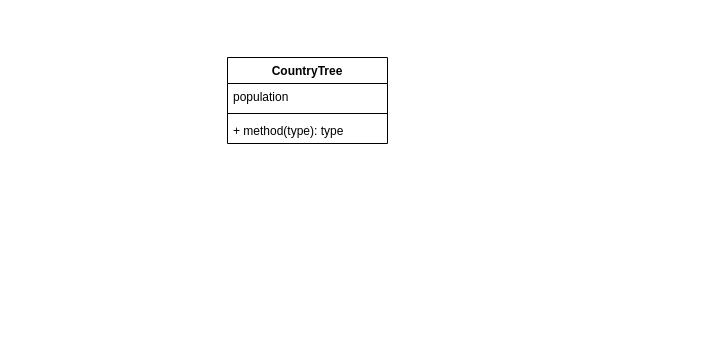
Earlier version of the draw.io diagram final_project_diagram.drawio (atroy01/MSOE_Final_Project). Source tidied: cells renumbered, new cells numbered last; positions are measured from the earlier drawing's top-left corner, leaving out a move shared by most shapes. Both pictures are drawn from the tidied source at 100%, with x=0, y=0 at pixel (227, 57).
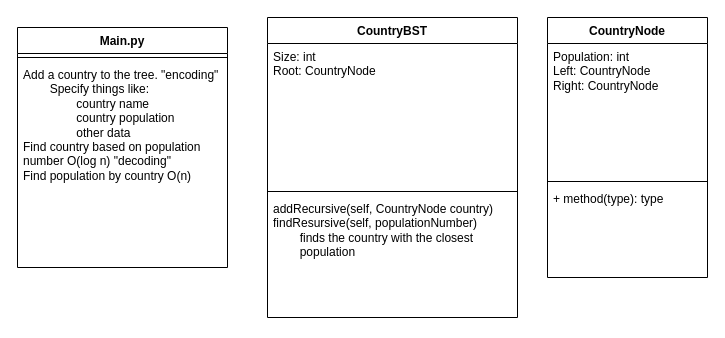
After the change.

Commit message:
updated diagram with countrybst, countrynode, and main

Diff of the diagram source:
```diff
@@
 <mxGraphModel>
   <root>
     <mxCell id="0" />
     <mxCell id="1" parent="0" />
-    <mxCell id="2" value="CountryTree" style="swimlane;fontStyle=1;align=center;verticalAlign=top;horizontal=1;startSize=26;whiteSpace=wrap;html=1;" parent="1" vertex="1">
-      <mxGeometry width="160" height="86" as="geometry" />
-    </mxCell>
-    <mxCell id="3" value="population" style="text;strokeColor=none;fillColor=none;align=left;verticalAlign=top;spacingLeft=4;spacingRight=4;overflow=hidden;whiteSpace=wrap;html=1;" parent="2" vertex="1">
-      <mxGeometry y="26" width="160" height="26" as="geometry" />
-    </mxCell>
-    <mxCell id="4" style="line;strokeWidth=1;fillColor=none;align=left;verticalAlign=middle;spacingTop=-1;spacingLeft=3;spacingRight=3;labelPosition=right;strokeColor=inherit;" parent="2" vertex="1">
-      <mxGeometry y="52" width="160" height="8" as="geometry" />
-    </mxCell>
+    <mxCell id="6" value="CountryBST" style="swimlane;fontStyle=1;align=center;verticalAlign=top;horizontal=1;startSize=26;whiteSpace=wrap;html=1;" parent="1" vertex="1">
+      <mxGeometry x="40" y="-40" width="250" height="300" as="geometry" />
+    </mxCell>
+    <mxCell id="7" value="Size: int&lt;br&gt;Root: CountryNode" style="text;strokeColor=none;fillColor=none;align=left;verticalAlign=top;spacingLeft=4;spacingRight=4;overflow=hidden;whiteSpace=wrap;html=1;" parent="6" vertex="1">
+      <mxGeometry y="26" width="250" height="144" as="geometry" />
+    </mxCell>
+    <mxCell id="8" style="line;strokeWidth=1;fillColor=none;align=left;verticalAlign=middle;spacingTop=-1;spacingLeft=3;spacingRight=3;labelPosition=right;strokeColor=inherit;" parent="6" vertex="1">
+      <mxGeometry y="170" width="250" height="8" as="geometry" />
+    </mxCell>
+    <mxCell id="9" value="addRecursive(self, CountryNode country)&lt;br&gt;findResursive(self, populationNumber)&lt;br&gt;&lt;span style=&quot;white-space: pre;&quot;&gt;&#9;&lt;/span&gt;finds the country with the closest &lt;span style=&quot;white-space: pre;&quot;&gt;&#9;&lt;/span&gt;population&lt;br&gt;" style="text;strokeColor=none;fillColor=none;align=left;verticalAlign=top;spacingLeft=4;spacingRight=4;overflow=hidden;whiteSpace=wrap;html=1;" parent="6" vertex="1">
+      <mxGeometry y="178" width="250" height="122" as="geometry" />
+    </mxCell>
+    <mxCell id="10" value="CountryNode" style="swimlane;fontStyle=1;align=center;verticalAlign=top;horizontal=1;startSize=26;whiteSpace=wrap;html=1;" parent="1" vertex="1">
+      <mxGeometry x="320" y="-40" width="160" height="260" as="geometry" />
+    </mxCell>
+    <mxCell id="11" value="Population: int&lt;br&gt;Left: CountryNode&lt;br&gt;Right: CountryNode&lt;br&gt;" style="text;strokeColor=none;fillColor=none;align=left;verticalAlign=top;spacingLeft=4;spacingRight=4;overflow=hidden;whiteSpace=wrap;html=1;" parent="10" vertex="1">
+      <mxGeometry y="26" width="160" height="134" as="geometry" />
+    </mxCell>
+    <mxCell id="12" style="line;strokeWidth=1;fillColor=none;align=left;verticalAlign=middle;spacingTop=-1;spacingLeft=3;spacingRight=3;labelPosition=right;strokeColor=inherit;" parent="10" vertex="1">
+      <mxGeometry y="160" width="160" height="8" as="geometry" />
+    </mxCell>
-    <mxCell id="5" value="+ method(type): type" style="text;strokeColor=none;fillColor=none;align=left;verticalAlign=top;spacingLeft=4;spacingRight=4;overflow=hidden;whiteSpace=wrap;html=1;" parent="2" vertex="1">
-      <mxGeometry y="60" width="160" height="26" as="geometry" />
+    <mxCell id="5" value="+ method(type): type" style="text;strokeColor=none;fillColor=none;align=left;verticalAlign=top;spacingLeft=4;spacingRight=4;overflow=hidden;whiteSpace=wrap;html=1;" parent="10" vertex="1">
+      <mxGeometry y="168" width="160" height="92" as="geometry" />
     </mxCell>
+    <mxCell id="13" value="Main.py" style="swimlane;fontStyle=1;align=center;verticalAlign=top;horizontal=1;startSize=26;whiteSpace=wrap;html=1;" parent="1" vertex="1">
+      <mxGeometry x="-210" y="-30" width="210" height="240" as="geometry" />
+    </mxCell>
+    <mxCell id="14" style="line;strokeWidth=1;fillColor=none;align=left;verticalAlign=middle;spacingTop=-1;spacingLeft=3;spacingRight=3;labelPosition=right;strokeColor=inherit;" parent="13" vertex="1">
+      <mxGeometry y="26" width="210" height="8" as="geometry" />
+    </mxCell>
+    <mxCell id="15" value="Add a country to the tree. &quot;encoding&quot;&lt;br&gt;&lt;span style=&quot;white-space: pre;&quot;&gt;&#9;&lt;/span&gt;Specify things like:&lt;br&gt;&lt;span style=&quot;white-space: pre;&quot;&gt;&#9;&lt;span style=&quot;white-space: pre;&quot;&gt;&#9;&lt;/span&gt;&lt;/span&gt;country name&lt;br&gt;&lt;span style=&quot;white-space: pre;&quot;&gt;&lt;span style=&quot;white-space: pre;&quot;&gt;&#9;&lt;/span&gt;&#9;&lt;/span&gt;country population&lt;br&gt;&lt;span style=&quot;white-space: pre;&quot;&gt;&#9;&lt;span style=&quot;white-space: pre;&quot;&gt;&#9;&lt;/span&gt;&lt;/span&gt;other data&lt;br&gt;Find country based on population number O(log n) &quot;decoding&quot;&lt;br&gt;Find population by country O(n)" style="text;strokeColor=none;fillColor=none;align=left;verticalAlign=top;spacingLeft=4;spacingRight=4;overflow=hidden;whiteSpace=wrap;html=1;" parent="13" vertex="1">
+      <mxGeometry y="34" width="210" height="206" as="geometry" />
+    </mxCell>
   </root>
 </mxGraphModel>
```
